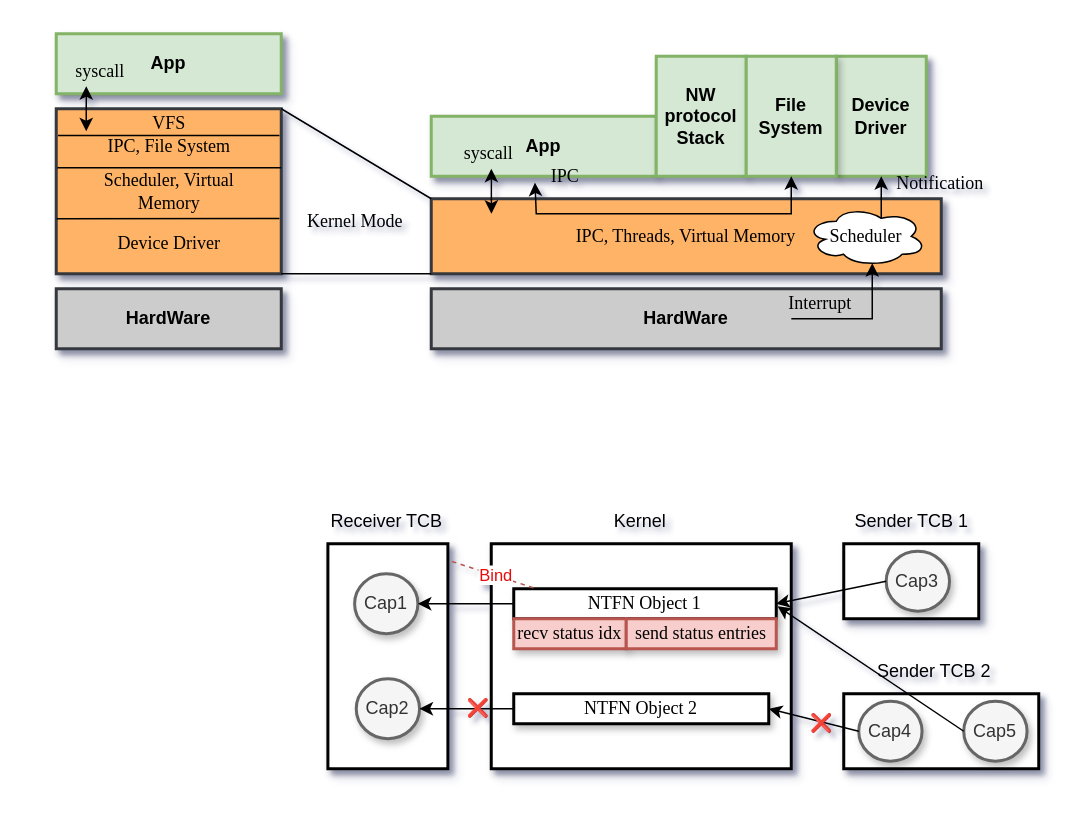
This is images/background.drawio from oscourse-tsinghua/openingreport-ldhai2023, a draw.io file, before an edit. Source tidied: cells renumbered, new cells numbered last; positions are measured from the earlier drawing's top-left corner, leaving out a move shared by most shapes. Both pictures are drawn from the tidied source at 150%, with x=0, y=0 at pixel (26, 33).
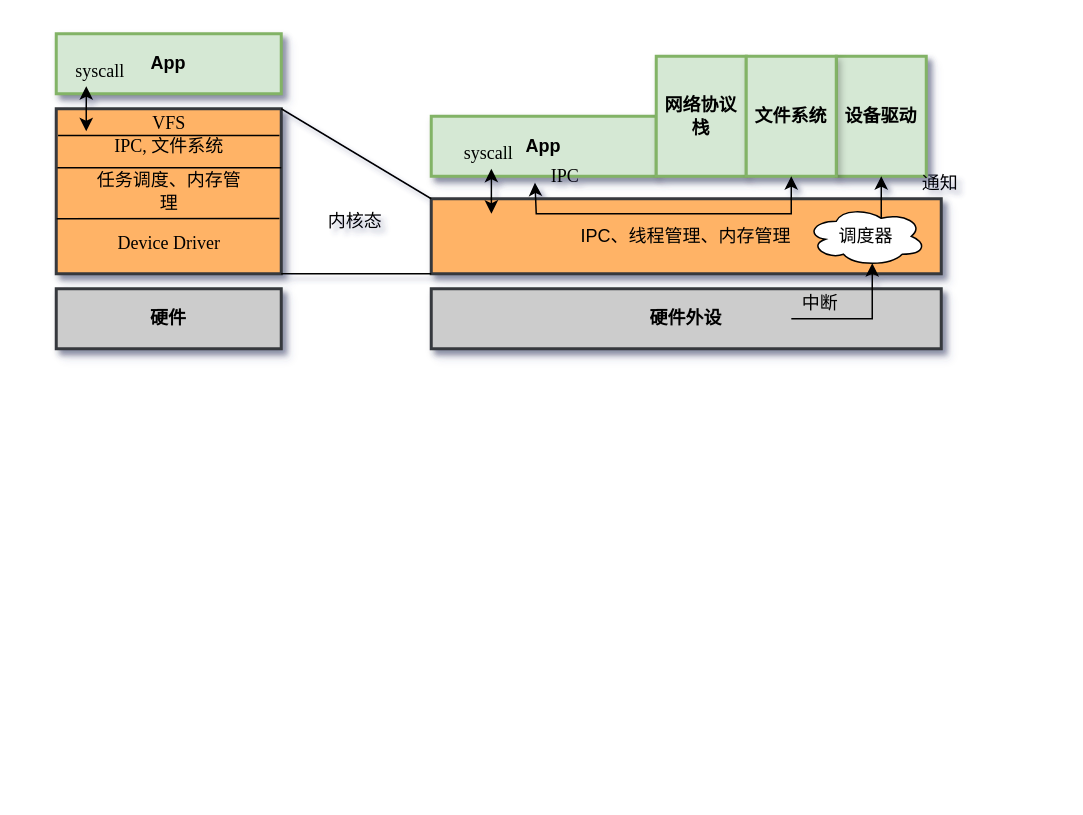
Above is the later version.

Diff of the diagram source:
```diff
@@
-    <mxCell id="3" value="&lt;b&gt;HardWare&lt;/b&gt;" style="rounded=0;whiteSpace=wrap;html=1;fillColor=#CCCCCC;strokeColor=#36393d;strokeWidth=2;shadow=1;" parent="1" vertex="1">
+    <mxCell id="3" value="&lt;b&gt;硬件&lt;/b&gt;" style="rounded=0;whiteSpace=wrap;html=1;fillColor=#CCCCCC;strokeColor=#36393d;strokeWidth=2;shadow=1;" parent="1" vertex="1">
       <mxGeometry x="20" y="170" width="150" height="40" as="geometry" />
     </mxCell>
@@
-    <mxCell id="8" value="&lt;font style=&quot;font-size: 12px;&quot; face=&quot;Times New Roman&quot;&gt;IPC, File System&lt;/font&gt;" style="text;strokeColor=none;align=center;fillColor=none;html=1;verticalAlign=middle;whiteSpace=wrap;rounded=0;strokeWidth=1;" parent="1" vertex="1">
+    <mxCell id="8" value="&lt;font face=&quot;Times New Roman&quot; style=&quot;font-size: 12px;&quot;&gt;IPC, &lt;/font&gt;&lt;font face=&quot;宋体-简&quot; style=&quot;font-size: 12px;&quot;&gt;文件系统&lt;/font&gt;" style="text;strokeColor=none;align=center;fillColor=none;html=1;verticalAlign=middle;whiteSpace=wrap;rounded=0;strokeWidth=1;" parent="1" vertex="1">
       <mxGeometry x="45.6" y="65" width="98.8" height="20" as="geometry" />
     </mxCell>
-    <mxCell id="9" value="&lt;font style=&quot;font-size: 12px;&quot; face=&quot;Times New Roman&quot;&gt;Scheduler, Virtual Memory&lt;/font&gt;" style="text;strokeColor=none;align=center;fillColor=none;html=1;verticalAlign=middle;whiteSpace=wrap;rounded=0;strokeWidth=1;" parent="1" vertex="1">
+    <mxCell id="9" value="&lt;font face=&quot;宋体-简&quot; style=&quot;font-size: 12px;&quot;&gt;任务调度、内存管理&lt;/font&gt;" style="text;strokeColor=none;align=center;fillColor=none;html=1;verticalAlign=middle;whiteSpace=wrap;rounded=0;strokeWidth=1;" parent="1" vertex="1">
       <mxGeometry x="45.6" y="95" width="98.8" height="20" as="geometry" />
     </mxCell>
@@
-    <mxCell id="12" value="&lt;font face=&quot;Times New Roman&quot;&gt;IPC, Threads, Virtual Memory&lt;/font&gt;" style="rounded=0;whiteSpace=wrap;html=1;fillColor=#FFB366;strokeColor=#36393d;strokeWidth=2;shadow=1;" parent="1" vertex="1">
+    <mxCell id="12" value="&lt;font face=&quot;宋体-简&quot;&gt;IPC、线程管理、内存管理&lt;/font&gt;" style="rounded=0;whiteSpace=wrap;html=1;fillColor=#FFB366;strokeColor=#36393d;strokeWidth=2;shadow=1;" parent="1" vertex="1">
       <mxGeometry x="270" y="110" width="340" height="50" as="geometry" />
     </mxCell>
-    <mxCell id="13" value="&lt;b&gt;HardWare&lt;/b&gt;" style="rounded=0;whiteSpace=wrap;html=1;fillColor=#CCCCCC;strokeColor=#36393d;strokeWidth=2;shadow=1;" parent="1" vertex="1">
+    <mxCell id="13" value="&lt;b&gt;硬件外设&lt;/b&gt;" style="rounded=0;whiteSpace=wrap;html=1;fillColor=#CCCCCC;strokeColor=#36393d;strokeWidth=2;shadow=1;" parent="1" vertex="1">
       <mxGeometry x="270" y="170" width="340" height="40" as="geometry" />
     </mxCell>
@@
-    <mxCell id="15" value="&lt;b&gt;NW protocol Stack&lt;/b&gt;" style="rounded=0;whiteSpace=wrap;html=1;fillColor=#d5e8d4;strokeColor=#82b366;strokeWidth=2;shadow=1;" parent="1" vertex="1">
+    <mxCell id="15" value="&lt;b&gt;网络协议栈&lt;/b&gt;" style="rounded=0;whiteSpace=wrap;html=1;fillColor=#d5e8d4;strokeColor=#82b366;strokeWidth=2;shadow=1;" parent="1" vertex="1">
       <mxGeometry x="420" y="15" width="60" height="80" as="geometry" />
     </mxCell>
-    <mxCell id="16" value="&lt;b&gt;Device Driver&lt;/b&gt;" style="rounded=0;whiteSpace=wrap;html=1;fillColor=#d5e8d4;strokeColor=#82b366;strokeWidth=2;shadow=1;" parent="1" vertex="1">
+    <mxCell id="16" value="&lt;b&gt;设备驱动&lt;/b&gt;" style="rounded=0;whiteSpace=wrap;html=1;fillColor=#d5e8d4;strokeColor=#82b366;strokeWidth=2;shadow=1;" parent="1" vertex="1">
       <mxGeometry x="540" y="15" width="60" height="80" as="geometry" />
     </mxCell>
-    <mxCell id="17" value="&lt;b&gt;File System&lt;/b&gt;" style="rounded=0;whiteSpace=wrap;html=1;fillColor=#d5e8d4;strokeColor=#82b366;strokeWidth=2;shadow=1;" parent="1" vertex="1">
+    <mxCell id="17" value="&lt;b&gt;文件系统&lt;/b&gt;" style="rounded=0;whiteSpace=wrap;html=1;fillColor=#d5e8d4;strokeColor=#82b366;strokeWidth=2;shadow=1;" parent="1" vertex="1">
       <mxGeometry x="480" y="15" width="60" height="80" as="geometry" />
     </mxCell>
@@
-    <mxCell id="20" value="&lt;font style=&quot;font-size: 12px;&quot; face=&quot;Times New Roman&quot;&gt;Kernel Mode&lt;/font&gt;" style="text;strokeColor=none;align=center;fillColor=none;html=1;verticalAlign=middle;whiteSpace=wrap;rounded=0;strokeWidth=1;" parent="1" vertex="1">
+    <mxCell id="20" value="&lt;font face=&quot;宋体-简&quot; style=&quot;font-size: 12px;&quot;&gt;内核态&lt;/font&gt;" style="text;strokeColor=none;align=center;fillColor=none;html=1;verticalAlign=middle;whiteSpace=wrap;rounded=0;strokeWidth=1;" parent="1" vertex="1">
       <mxGeometry x="170" y="115" width="98.8" height="20" as="geometry" />
     </mxCell>
@@
-    <mxCell id="24" value="&lt;font style=&quot;font-size: 12px;&quot; face=&quot;Times New Roman&quot;&gt;IPC&lt;/font&gt;" style="text;strokeColor=none;align=center;fillColor=none;html=1;verticalAlign=middle;whiteSpace=wrap;rounded=0;strokeWidth=1;" parent="1" vertex="1">
+    <mxCell id="24" value="&lt;font face=&quot;Times New Roman&quot;&gt;IPC&lt;/font&gt;" style="text;strokeColor=none;align=center;fillColor=none;html=1;verticalAlign=middle;whiteSpace=wrap;rounded=0;strokeWidth=1;" parent="1" vertex="1">
       <mxGeometry x="310" y="85" width="98.8" height="20" as="geometry" />
     </mxCell>
-    <mxCell id="25" value="&lt;font face=&quot;Times New Roman&quot;&gt;Scheduler&lt;/font&gt;" style="ellipse;shape=cloud;whiteSpace=wrap;html=1;" parent="1" vertex="1">
+    <mxCell id="25" value="&lt;font face=&quot;宋体-简&quot;&gt;调度器&lt;/font&gt;" style="ellipse;shape=cloud;whiteSpace=wrap;html=1;" parent="1" vertex="1">
       <mxGeometry x="520" y="115" width="80" height="40" as="geometry" />
     </mxCell>
@@
-    <mxCell id="27" value="&lt;font style=&quot;font-size: 12px;&quot; face=&quot;Times New Roman&quot;&gt;Interrupt&lt;/font&gt;" style="text;strokeColor=none;align=center;fillColor=none;html=1;verticalAlign=middle;whiteSpace=wrap;rounded=0;strokeWidth=1;" parent="1" vertex="1">
+    <mxCell id="27" value="&lt;font face=&quot;宋体-简&quot; style=&quot;font-size: 12px;&quot;&gt;中断&lt;/font&gt;" style="text;strokeColor=none;align=center;fillColor=none;html=1;verticalAlign=middle;whiteSpace=wrap;rounded=0;strokeWidth=1;" parent="1" vertex="1">
       <mxGeometry x="480" y="170" width="98.8" height="20" as="geometry" />
     </mxCell>
@@
-    <mxCell id="29" value="&lt;font style=&quot;font-size: 12px;&quot; face=&quot;Times New Roman&quot;&gt;Notification&lt;/font&gt;" style="text;strokeColor=none;align=center;fillColor=none;html=1;verticalAlign=middle;whiteSpace=wrap;rounded=0;strokeWidth=1;" parent="1" vertex="1">
+    <mxCell id="29" value="&lt;font face=&quot;宋体-简&quot; style=&quot;font-size: 12px;&quot;&gt;通知&lt;/font&gt;" style="text;strokeColor=none;align=center;fillColor=none;html=1;verticalAlign=middle;whiteSpace=wrap;rounded=0;strokeWidth=1;" parent="1" vertex="1">
       <mxGeometry x="560" y="90" width="98.8" height="20" as="geometry" />
     </mxCell>
@@
-    <mxCell id="32" style="rounded=0;whiteSpace=wrap;html=1;strokeWidth=2;shadow=1;" parent="1" vertex="1">
-      <mxGeometry x="310" y="340" width="200" height="150" as="geometry" />
-    </mxCell>
-    <mxCell id="33" value="&lt;font face=&quot;Times New Roman&quot;&gt;NTFN Object 1&lt;/font&gt;" style="rounded=0;whiteSpace=wrap;html=1;strokeWidth=2;shadow=1;" parent="1" vertex="1">
-      <mxGeometry x="325" y="370" width="175" height="20" as="geometry" />
-    </mxCell>
-    <mxCell id="34" value="&lt;font face=&quot;Times New Roman&quot;&gt;NTFN Object 2&lt;/font&gt;" style="rounded=0;whiteSpace=wrap;html=1;strokeWidth=2;shadow=1;" parent="1" vertex="1">
-      <mxGeometry x="325" y="440" width="170" height="20" as="geometry" />
-    </mxCell>
-    <mxCell id="35" style="rounded=0;whiteSpace=wrap;html=1;strokeWidth=2;shadow=1;" parent="1" vertex="1">
-      <mxGeometry x="201.1" y="340" width="80" height="150" as="geometry" />
-    </mxCell>
-    <mxCell id="36" value="Receiver TCB" style="text;html=1;align=center;verticalAlign=middle;strokeColor=none;fillColor=none;" parent="1" vertex="1">
-      <mxGeometry x="190" y="310" width="100" height="30" as="geometry" />
-    </mxCell>
-    <mxCell id="37" value="Kernel" style="text;html=1;align=center;verticalAlign=middle;strokeColor=none;fillColor=none;" parent="1" vertex="1">
-      <mxGeometry x="378.8" y="310" width="60" height="30" as="geometry" />
-    </mxCell>
-    <mxCell id="38" style="rounded=0;whiteSpace=wrap;html=1;strokeWidth=2;shadow=1;" parent="1" vertex="1">
-      <mxGeometry x="545" y="340" width="90" height="50" as="geometry" />
-    </mxCell>
-    <mxCell id="39" value="Sender TCB 1" style="text;html=1;align=center;verticalAlign=middle;strokeColor=none;fillColor=none;" parent="1" vertex="1">
-      <mxGeometry x="540" y="310" width="100" height="30" as="geometry" />
-    </mxCell>
-    <mxCell id="40" value="Cap1" style="ellipse;whiteSpace=wrap;html=1;shadow=1;rounded=0;strokeColor=#666666;strokeWidth=2;align=center;verticalAlign=middle;fontFamily=Helvetica;fontSize=12;fillColor=#f5f5f5;fontColor=#333333;" parent="1" vertex="1">
-      <mxGeometry x="218.9" y="360" width="42.2" height="40" as="geometry" />
-    </mxCell>
-    <mxCell id="41" value="Cap3" style="ellipse;whiteSpace=wrap;html=1;shadow=1;rounded=0;strokeColor=#666666;strokeWidth=2;align=center;verticalAlign=middle;fontFamily=Helvetica;fontSize=12;fillColor=#f5f5f5;fontColor=#333333;" parent="1" vertex="1">
-      <mxGeometry x="573.3" y="345" width="42.2" height="40" as="geometry" />
-    </mxCell>
-    <mxCell id="42" style="rounded=0;whiteSpace=wrap;html=1;strokeWidth=2;shadow=1;" parent="1" vertex="1">
-      <mxGeometry x="545" y="440" width="130" height="50" as="geometry" />
-    </mxCell>
-    <mxCell id="43" value="Sender TCB 2" style="text;html=1;align=center;verticalAlign=middle;strokeColor=none;fillColor=none;" parent="1" vertex="1">
-      <mxGeometry x="555" y="410" width="100" height="30" as="geometry" />
-    </mxCell>
-    <mxCell id="44" value="Cap4" style="ellipse;whiteSpace=wrap;html=1;shadow=1;rounded=0;strokeColor=#666666;strokeWidth=2;align=center;verticalAlign=middle;fontFamily=Helvetica;fontSize=12;fillColor=#f5f5f5;fontColor=#333333;" parent="1" vertex="1">
-      <mxGeometry x="555" y="445" width="42.2" height="40" as="geometry" />
-    </mxCell>
-    <mxCell id="45" value="Cap5" style="ellipse;whiteSpace=wrap;html=1;shadow=1;rounded=0;strokeColor=#666666;strokeWidth=2;align=center;verticalAlign=middle;fontFamily=Helvetica;fontSize=12;fillColor=#f5f5f5;fontColor=#333333;" parent="1" vertex="1">
-      <mxGeometry x="625" y="445" width="42.2" height="40" as="geometry" />
-    </mxCell>
-    <mxCell id="46" value="Cap2" style="ellipse;whiteSpace=wrap;html=1;shadow=1;rounded=0;strokeColor=#666666;strokeWidth=2;align=center;verticalAlign=middle;fontFamily=Helvetica;fontSize=12;fillColor=#f5f5f5;fontColor=#333333;" parent="1" vertex="1">
-      <mxGeometry x="220" y="430" width="42.2" height="40" as="geometry" />
-    </mxCell>
-    <mxCell id="47" style="endArrow=classic;html=1;rounded=0;exitX=0;exitY=0.5;exitDx=0;exitDy=0;entryX=1;entryY=0.5;entryDx=0;entryDy=0;" parent="1" edge="1" source="33" target="40">
-      <mxGeometry relative="1" as="geometry" />
-    </mxCell>
-    <mxCell id="48" style="endArrow=classic;html=1;rounded=0;exitX=0;exitY=0.5;exitDx=0;exitDy=0;entryX=1;entryY=0.5;entryDx=0;entryDy=0;" parent="1" edge="1" source="34" target="46">
-      <mxGeometry relative="1" as="geometry" />
-    </mxCell>
-    <mxCell id="49" style="endArrow=classic;html=1;rounded=0;exitX=0;exitY=0.5;exitDx=0;exitDy=0;entryX=1;entryY=0.5;entryDx=0;entryDy=0;" parent="1" edge="1" source="41" target="33">
-      <mxGeometry relative="1" as="geometry" />
-    </mxCell>
-    <mxCell id="50" style="endArrow=classic;html=1;rounded=0;exitX=0;exitY=0.5;exitDx=0;exitDy=0;entryX=1;entryY=0.5;entryDx=0;entryDy=0;" parent="1" edge="1" source="44" target="34">
-      <mxGeometry relative="1" as="geometry" />
-    </mxCell>
-    <mxCell id="51" style="endArrow=classic;html=1;rounded=0;exitX=0;exitY=0.5;exitDx=0;exitDy=0;entryX=1.005;entryY=0.585;entryDx=0;entryDy=0;entryPerimeter=0;" parent="1" edge="1" source="45" target="33">
-      <mxGeometry relative="1" as="geometry" />
-    </mxCell>
-    <mxCell id="52" value="&lt;font face=&quot;Times New Roman&quot;&gt;recv status idx&lt;/font&gt;" style="rounded=0;whiteSpace=wrap;html=1;strokeWidth=2;shadow=1;fillColor=#f8cecc;strokeColor=#b85450;" parent="1" vertex="1">
-      <mxGeometry x="325" y="390" width="75" height="20" as="geometry" />
-    </mxCell>
-    <mxCell id="53" value="&lt;font face=&quot;Times New Roman&quot;&gt;send status entries&lt;/font&gt;" style="rounded=0;whiteSpace=wrap;html=1;strokeWidth=2;shadow=1;fillColor=#f8cecc;strokeColor=#b85450;" parent="1" vertex="1">
-      <mxGeometry x="400" y="390" width="100" height="20" as="geometry" />
-    </mxCell>
-    <mxCell id="54" style="endArrow=none;dashed=1;html=1;rounded=0;exitX=1.034;exitY=0.079;exitDx=0;exitDy=0;exitPerimeter=0;fillColor=#f8cecc;strokeColor=#b85450;" parent="1" edge="1" source="35">
-      <mxGeometry relative="1" as="geometry">
-        <mxPoint x="340" y="370" as="targetPoint" />
-      </mxGeometry>
-    </mxCell>
-    <mxCell id="55" value="&lt;font color=&quot;#e70808&quot;&gt;Bind&lt;/font&gt;" style="edgeLabel;html=1;align=center;verticalAlign=middle;" parent="54" vertex="1">
-      <mxGeometry x="0.03" y="1" relative="1" as="geometry" />
-    </mxCell>
-    <mxCell id="56" value="❌" style="text;html=1;align=center;verticalAlign=middle;strokeColor=none;fillColor=none;" parent="1" vertex="1">
-      <mxGeometry x="281.1" y="435" width="40" height="30" as="geometry" />
-    </mxCell>
-    <mxCell id="57" value="❌" style="text;html=1;align=center;verticalAlign=middle;strokeColor=none;fillColor=none;" parent="1" vertex="1">
-      <mxGeometry x="510" y="445" width="40" height="30" as="geometry" />
-    </mxCell>
```
